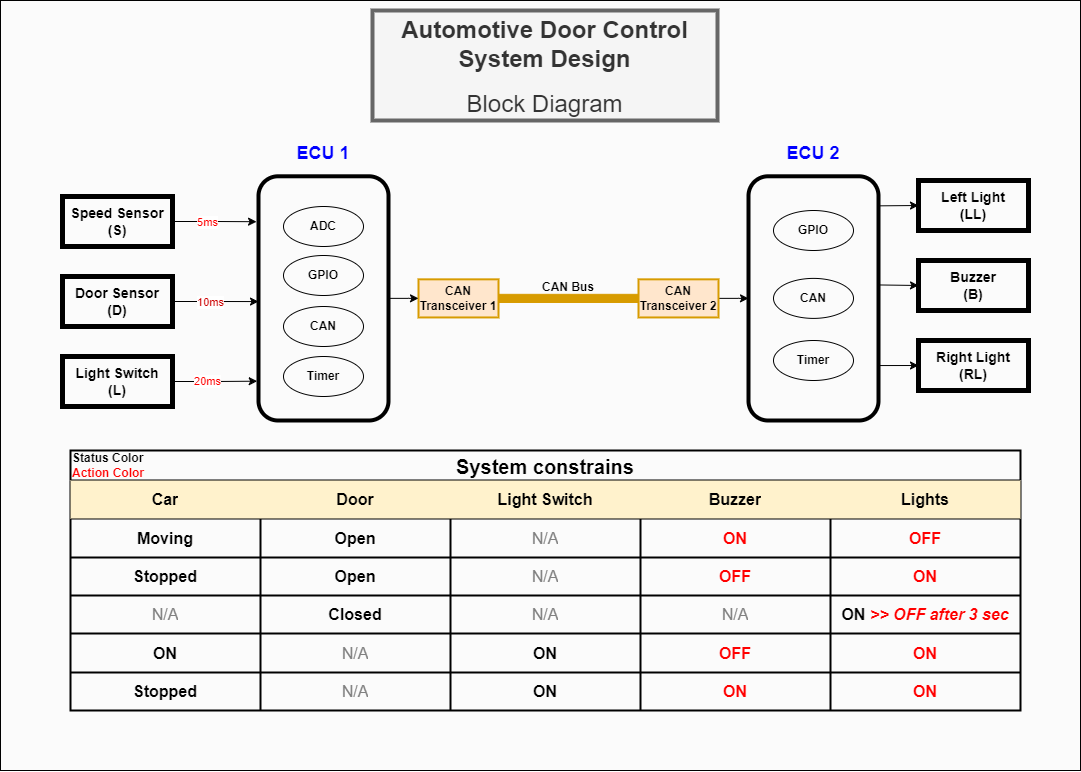
msamy0/AutomotiveDoorController_Design keeps this draw.io diagram as Source/Req1_BlockDiagram.drawio.png. Above is the earlier version. Source tidied: cells renumbered, new cells last; positions are measured from the earlier drawing's top-left corner, leaving out a move shared by most shapes.
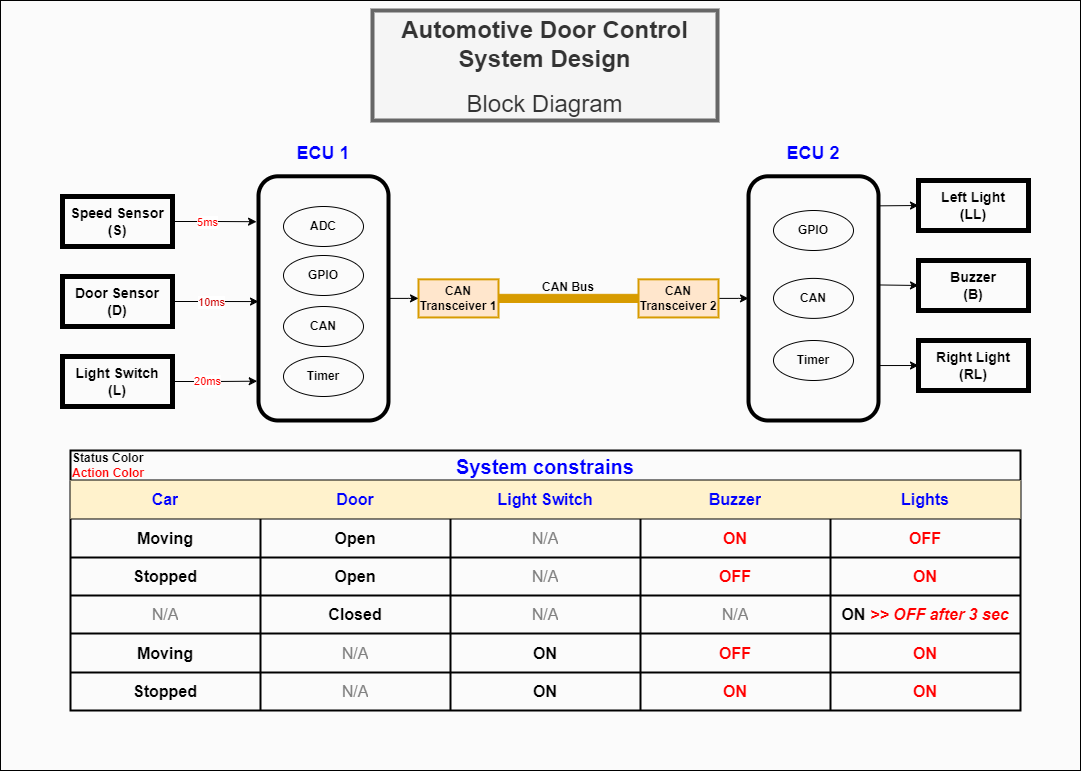
After the change.

The edit, as a diff of the source:
```diff
@@ -114,25 +114,25 @@
     <mxCell id="37" style="endArrow=classic;html=1;rounded=0;entryX=0;entryY=0.5;entryDx=0;entryDy=0;exitX=1;exitY=0.775;exitDx=0;exitDy=0;exitPerimeter=0;" parent="1" edge="1" source="25" target="30">
       <mxGeometry relative="1" as="geometry" />
     </mxCell>
-    <mxCell id="38" value="System constrains" style="shape=table;startSize=30;fontSize=20;columnLines=1;fontStyle=1;strokeWidth=2;" parent="1" vertex="1">
+    <mxCell id="38" value="System constrains" style="shape=table;startSize=30;fontSize=20;columnLines=1;fontStyle=1;strokeWidth=2;fontColor=#0000FF;" parent="1" vertex="1">
       <mxGeometry x="70" y="450" width="950" height="260" as="geometry" />
     </mxCell>
     <mxCell id="39" style="shape=tableRow;horizontal=0;startSize=0;swimlaneHead=0;swimlaneBody=0;strokeColor=#d6b656;top=0;left=0;bottom=0;right=0;fillColor=#fff2cc;fontSize=16;fontStyle=1;" parent="38" vertex="1">
       <mxGeometry y="30" width="950" height="38" as="geometry" />
     </mxCell>
-    <mxCell id="40" value="Car" style="shape=partialRectangle;html=1;whiteSpace=wrap;strokeColor=inherit;overflow=hidden;fillColor=none;top=0;left=0;bottom=0;right=0;fontSize=16;fontStyle=1;" parent="39" vertex="1">
+    <mxCell id="40" value="Car" style="shape=partialRectangle;html=1;whiteSpace=wrap;strokeColor=inherit;overflow=hidden;fillColor=none;top=0;left=0;bottom=0;right=0;fontSize=16;fontStyle=1;fontColor=#0000FF;" parent="39" vertex="1">
       <mxGeometry width="190" height="38" as="geometry" />
     </mxCell>
-    <mxCell id="41" value="Door" style="shape=partialRectangle;html=1;whiteSpace=wrap;strokeColor=inherit;overflow=hidden;fillColor=none;top=0;left=0;bottom=0;right=0;fontSize=16;fontStyle=1;" parent="39" vertex="1">
+    <mxCell id="41" value="Door" style="shape=partialRectangle;html=1;whiteSpace=wrap;strokeColor=inherit;overflow=hidden;fillColor=none;top=0;left=0;bottom=0;right=0;fontSize=16;fontStyle=1;fontColor=#0000FF;" parent="39" vertex="1">
       <mxGeometry x="190" width="190" height="38" as="geometry" />
     </mxCell>
-    <mxCell id="42" value="Light Switch" style="shape=partialRectangle;html=1;whiteSpace=wrap;strokeColor=inherit;overflow=hidden;fillColor=none;top=0;left=0;bottom=0;right=0;fontSize=16;fontStyle=1;" parent="39" vertex="1">
+    <mxCell id="42" value="Light Switch" style="shape=partialRectangle;html=1;whiteSpace=wrap;strokeColor=inherit;overflow=hidden;fillColor=none;top=0;left=0;bottom=0;right=0;fontSize=16;fontStyle=1;fontColor=#0000FF;" parent="39" vertex="1">
       <mxGeometry x="380" width="190" height="38" as="geometry" />
     </mxCell>
-    <mxCell id="43" value="Buzzer" style="shape=partialRectangle;html=1;whiteSpace=wrap;strokeColor=inherit;overflow=hidden;fillColor=none;top=0;left=0;bottom=0;right=0;fontSize=16;fontStyle=1;" parent="39" vertex="1">
+    <mxCell id="43" value="Buzzer" style="shape=partialRectangle;html=1;whiteSpace=wrap;strokeColor=inherit;overflow=hidden;fillColor=none;top=0;left=0;bottom=0;right=0;fontSize=16;fontStyle=1;fontColor=#0000FF;" parent="39" vertex="1">
       <mxGeometry x="570" width="190" height="38" as="geometry" />
     </mxCell>
-    <mxCell id="44" value="Lights" style="shape=partialRectangle;html=1;whiteSpace=wrap;strokeColor=inherit;overflow=hidden;fillColor=none;top=0;left=0;bottom=0;right=0;fontSize=16;fontStyle=1;" parent="39" vertex="1">
+    <mxCell id="44" value="Lights" style="shape=partialRectangle;html=1;whiteSpace=wrap;strokeColor=inherit;overflow=hidden;fillColor=none;top=0;left=0;bottom=0;right=0;fontSize=16;fontStyle=1;fontColor=#0000FF;" parent="39" vertex="1">
       <mxGeometry x="760" width="190" height="38" as="geometry" />
     </mxCell>
     <mxCell id="45" style="shape=tableRow;horizontal=0;startSize=0;swimlaneHead=0;swimlaneBody=0;strokeColor=inherit;top=0;left=0;bottom=0;right=0;fillColor=none;fontSize=16;" parent="38" vertex="1">
@@ -192,7 +192,7 @@
     <mxCell id="63" style="shape=tableRow;horizontal=0;startSize=0;swimlaneHead=0;swimlaneBody=0;strokeColor=inherit;top=0;left=0;bottom=0;right=0;fillColor=none;fontSize=16;" parent="38" vertex="1">
       <mxGeometry y="183" width="950" height="39" as="geometry" />
     </mxCell>
-    <mxCell id="64" value="ON" style="shape=partialRectangle;html=1;whiteSpace=wrap;strokeColor=inherit;overflow=hidden;fillColor=none;top=0;left=0;bottom=0;right=0;fontSize=16;fontStyle=1;" parent="63" vertex="1">
+    <mxCell id="64" value="Moving" style="shape=partialRectangle;html=1;whiteSpace=wrap;strokeColor=inherit;overflow=hidden;fillColor=none;top=0;left=0;bottom=0;right=0;fontSize=16;fontStyle=1;" parent="63" vertex="1">
       <mxGeometry width="190" height="39" as="geometry" />
     </mxCell>
     <mxCell id="65" value="N/A" style="shape=partialRectangle;html=1;whiteSpace=wrap;strokeColor=inherit;overflow=hidden;fillColor=none;top=0;left=0;bottom=0;right=0;fontSize=16;fontColor=#808080;" parent="63" vertex="1">
```
